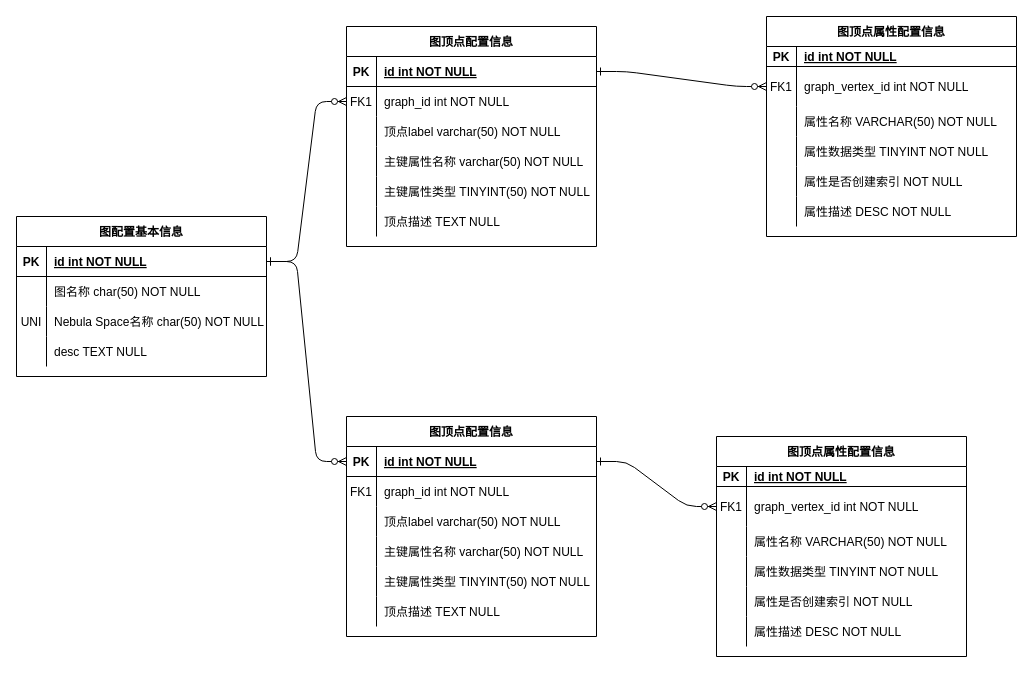
RaulGuo/MyCrawler keeps this draw.io diagram as Untitled Diagram.drawio. Above is the earlier version. Source tidied: cells renumbered, new cells numbered last; positions are measured from the earlier drawing's top-left corner, leaving out a move shared by most shapes. Both pictures are drawn from the tidied source at 100%, with x=0, y=0 at pixel (16, 16).
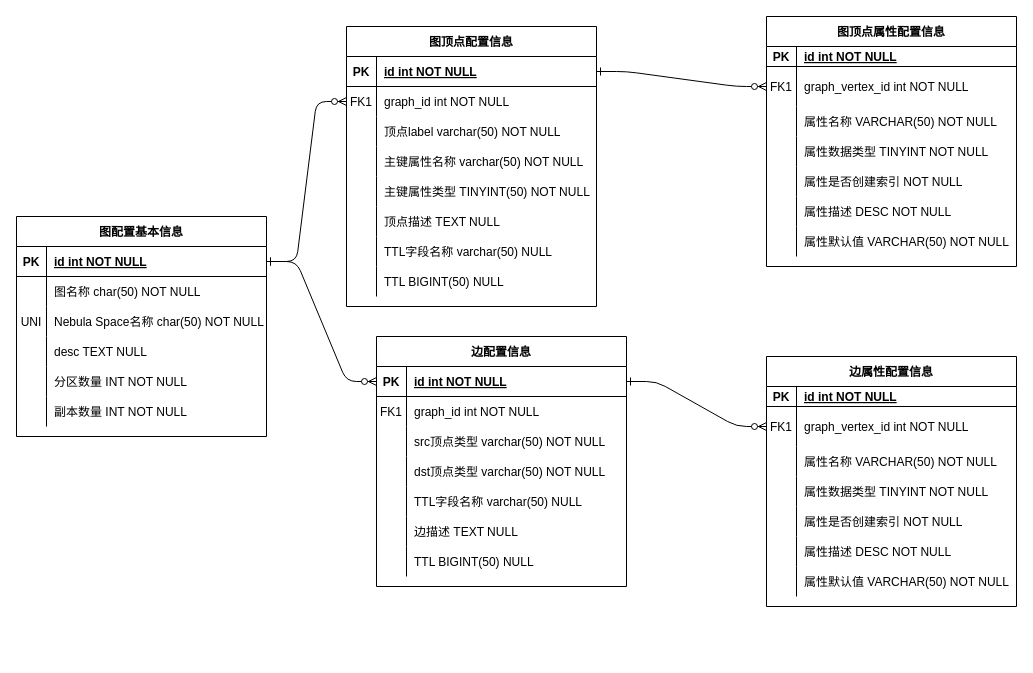
The same page after the edit.

The change refers to these unchanged cells:
```xml
<mxCell id="63" style="shape=partialRectangle;fillColor=none;top=0;left=0;right=0;bottom=0;" parent="56" vertex="1">
  <mxGeometry y="90" width="250" height="30" as="geometry" />
</mxCell>
<mxCell id="66" style="shape=partialRectangle;fillColor=none;top=0;left=0;right=0;bottom=0;" parent="56" vertex="1">
  <mxGeometry y="120" width="250" height="30" as="geometry" />
</mxCell>
<mxCell id="69" style="shape=partialRectangle;fillColor=none;top=0;left=0;right=0;bottom=0;" parent="56" vertex="1">
  <mxGeometry y="150" width="250" height="30" as="geometry" />
</mxCell>
<mxCell id="72" style="shape=partialRectangle;fillColor=none;top=0;left=0;right=0;bottom=0;" parent="56" vertex="1">
  <mxGeometry y="180" width="250" height="30" as="geometry" />
</mxCell>
```

The edit, as a diff of the source:
```diff
@@
     <mxCell id="4" value="图顶点配置信息" style="shape=table;startSize=30;childLayout=tableLayout;rowLines=0;fontStyle=1;align=center;" parent="1" vertex="1">
-      <mxGeometry x="330" y="10" width="250" height="220" as="geometry" />
+      <mxGeometry x="330" y="10" width="250" height="280" as="geometry" />
     </mxCell>
@@
+    <mxCell id="95" style="shape=partialRectangle;fillColor=none;top=0;left=0;right=0;bottom=0;" parent="4" vertex="1">
+      <mxGeometry y="210" width="250" height="30" as="geometry" />
+    </mxCell>
+    <mxCell id="96" style="shape=partialRectangle;overflow=hidden;fillColor=none;top=0;left=0;bottom=0;right=0;" parent="95" vertex="1">
+      <mxGeometry width="30" height="30" as="geometry" />
+    </mxCell>
+    <mxCell id="97" value="TTL字段名称 varchar(50) NULL" style="shape=partialRectangle;overflow=hidden;fillColor=none;top=0;left=0;bottom=0;right=0;align=left;spacingLeft=6;" parent="95" vertex="1">
+      <mxGeometry x="30" width="220" height="30" as="geometry" />
+    </mxCell>
+    <mxCell id="98" style="shape=partialRectangle;fillColor=none;top=0;left=0;right=0;bottom=0;" parent="4" vertex="1">
+      <mxGeometry y="240" width="250" height="30" as="geometry" />
+    </mxCell>
+    <mxCell id="99" style="shape=partialRectangle;overflow=hidden;fillColor=none;top=0;left=0;bottom=0;right=0;" parent="98" vertex="1">
+      <mxGeometry width="30" height="30" as="geometry" />
+    </mxCell>
+    <mxCell id="100" value="TTL BIGINT(50) NULL" style="shape=partialRectangle;overflow=hidden;fillColor=none;top=0;left=0;bottom=0;right=0;align=left;spacingLeft=6;" parent="98" vertex="1">
+      <mxGeometry x="30" width="220" height="30" as="geometry" />
+    </mxCell>
     <mxCell id="23" value="图顶点属性配置信息" style="shape=table;startSize=30;childLayout=tableLayout;rowLines=0;fontStyle=1;align=center;" parent="1" vertex="1">
-      <mxGeometry x="750" width="250" height="220" as="geometry" />
+      <mxGeometry x="750" width="250" height="250" as="geometry" />
     </mxCell>
@@
+    <mxCell id="101" style="shape=partialRectangle;fillColor=none;top=0;left=0;right=0;bottom=0;" parent="23" vertex="1">
+      <mxGeometry y="210" width="250" height="30" as="geometry" />
+    </mxCell>
+    <mxCell id="102" style="shape=partialRectangle;overflow=hidden;fillColor=none;top=0;left=0;bottom=0;right=0;" parent="101" vertex="1">
+      <mxGeometry width="30" height="30" as="geometry" />
+    </mxCell>
+    <mxCell id="103" value="属性默认值 VARCHAR(50) NOT NULL" style="shape=partialRectangle;overflow=hidden;fillColor=none;top=0;left=0;bottom=0;right=0;align=left;spacingLeft=6;" parent="101" vertex="1">
+      <mxGeometry x="30" width="220" height="30" as="geometry" />
+    </mxCell>
     <mxCell id="42" value="图配置基本信息" style="shape=table;startSize=30;childLayout=tableLayout;rowLines=0;fontStyle=1;align=center;" parent="1" vertex="1">
-      <mxGeometry y="200" width="250" height="160" as="geometry" />
+      <mxGeometry y="200" width="250" height="220" as="geometry" />
     </mxCell>
@@
+    <mxCell id="104" style="shape=partialRectangle;fillColor=none;top=0;left=0;right=0;bottom=0;" parent="42" vertex="1">
+      <mxGeometry y="150" width="250" height="30" as="geometry" />
+    </mxCell>
+    <mxCell id="105" style="shape=partialRectangle;overflow=hidden;fillColor=none;top=0;left=0;bottom=0;right=0;" parent="104" vertex="1">
+      <mxGeometry width="30" height="30" as="geometry" />
+    </mxCell>
+    <mxCell id="106" value="分区数量 INT NOT NULL" style="shape=partialRectangle;overflow=hidden;fillColor=none;top=0;left=0;bottom=0;right=0;align=left;spacingLeft=6;" parent="104" vertex="1">
+      <mxGeometry x="30" width="220" height="30" as="geometry" />
+    </mxCell>
+    <mxCell id="107" style="shape=partialRectangle;fillColor=none;top=0;left=0;right=0;bottom=0;" parent="42" vertex="1">
+      <mxGeometry y="180" width="250" height="30" as="geometry" />
+    </mxCell>
+    <mxCell id="108" style="shape=partialRectangle;overflow=hidden;fillColor=none;top=0;left=0;bottom=0;right=0;" parent="107" vertex="1">
+      <mxGeometry width="30" height="30" as="geometry" />
+    </mxCell>
+    <mxCell id="109" value="副本数量 INT NOT NULL" style="shape=partialRectangle;overflow=hidden;fillColor=none;top=0;left=0;bottom=0;right=0;align=left;spacingLeft=6;" parent="107" vertex="1">
+      <mxGeometry x="30" width="220" height="30" as="geometry" />
+    </mxCell>
@@
-    <mxCell id="56" value="图顶点配置信息" style="shape=table;startSize=30;childLayout=tableLayout;rowLines=0;fontStyle=1;align=center;" parent="1" vertex="1">
-      <mxGeometry x="330" y="400" width="250" height="220" as="geometry" />
+    <mxCell id="56" value="边配置信息" style="shape=table;startSize=30;childLayout=tableLayout;rowLines=0;fontStyle=1;align=center;" parent="1" vertex="1">
+      <mxGeometry x="360" y="320" width="250" height="250" as="geometry" />
     </mxCell>
@@
-    <mxCell id="65" value="顶点label varchar(50) NOT NULL" style="shape=partialRectangle;overflow=hidden;fillColor=none;top=0;left=0;bottom=0;right=0;align=left;spacingLeft=6;" parent="63" vertex="1">
+    <mxCell id="65" value="src顶点类型 varchar(50) NOT NULL" style="shape=partialRectangle;overflow=hidden;fillColor=none;top=0;left=0;bottom=0;right=0;align=left;spacingLeft=6;" parent="63" vertex="1">
       <mxGeometry x="30" width="220" height="30" as="geometry" />
     </mxCell>
@@
-    <mxCell id="68" value="主键属性名称 varchar(50) NOT NULL" style="shape=partialRectangle;overflow=hidden;fillColor=none;top=0;left=0;bottom=0;right=0;align=left;spacingLeft=6;" parent="66" vertex="1">
+    <mxCell id="68" value="dst顶点类型 varchar(50) NOT NULL" style="shape=partialRectangle;overflow=hidden;fillColor=none;top=0;left=0;bottom=0;right=0;align=left;spacingLeft=6;" parent="66" vertex="1">
       <mxGeometry x="30" width="220" height="30" as="geometry" />
     </mxCell>
@@
-    <mxCell id="71" value="主键属性类型 TINYINT(50) NOT NULL" style="shape=partialRectangle;overflow=hidden;fillColor=none;top=0;left=0;bottom=0;right=0;align=left;spacingLeft=6;" parent="69" vertex="1">
+    <mxCell id="71" value="TTL字段名称 varchar(50) NULL" style="shape=partialRectangle;overflow=hidden;fillColor=none;top=0;left=0;bottom=0;right=0;align=left;spacingLeft=6;" parent="69" vertex="1">
       <mxGeometry x="30" width="220" height="30" as="geometry" />
     </mxCell>
@@
-    <mxCell id="74" value="顶点描述 TEXT NULL" style="shape=partialRectangle;overflow=hidden;fillColor=none;top=0;left=0;bottom=0;right=0;align=left;spacingLeft=6;" parent="72" vertex="1">
+    <mxCell id="74" value="边描述 TEXT NULL" style="shape=partialRectangle;overflow=hidden;fillColor=none;top=0;left=0;bottom=0;right=0;align=left;spacingLeft=6;" parent="72" vertex="1">
       <mxGeometry x="30" width="220" height="30" as="geometry" />
     </mxCell>
+    <mxCell id="110" style="shape=partialRectangle;fillColor=none;top=0;left=0;right=0;bottom=0;" parent="56" vertex="1">
+      <mxGeometry y="210" width="250" height="30" as="geometry" />
+    </mxCell>
+    <mxCell id="111" style="shape=partialRectangle;overflow=hidden;fillColor=none;top=0;left=0;bottom=0;right=0;" parent="110" vertex="1">
+      <mxGeometry width="30" height="30" as="geometry" />
+    </mxCell>
+    <mxCell id="112" value="TTL BIGINT(50) NULL" style="shape=partialRectangle;overflow=hidden;fillColor=none;top=0;left=0;bottom=0;right=0;align=left;spacingLeft=6;" parent="110" vertex="1">
+      <mxGeometry x="30" width="220" height="30" as="geometry" />
+    </mxCell>
-    <mxCell id="75" value="图顶点属性配置信息" style="shape=table;startSize=30;childLayout=tableLayout;rowLines=0;fontStyle=1;align=center;" parent="1" vertex="1">
-      <mxGeometry x="700" y="420" width="250" height="220" as="geometry" />
+    <mxCell id="75" value="边属性配置信息" style="shape=table;startSize=30;childLayout=tableLayout;rowLines=0;fontStyle=1;align=center;" parent="1" vertex="1">
+      <mxGeometry x="750" y="340" width="250" height="250" as="geometry" />
     </mxCell>
@@
+    <mxCell id="113" style="shape=partialRectangle;fillColor=none;top=0;left=0;right=0;bottom=0;" parent="75" vertex="1">
+      <mxGeometry y="210" width="250" height="30" as="geometry" />
+    </mxCell>
+    <mxCell id="114" style="shape=partialRectangle;overflow=hidden;fillColor=none;top=0;left=0;bottom=0;right=0;" parent="113" vertex="1">
+      <mxGeometry width="30" height="30" as="geometry" />
+    </mxCell>
+    <mxCell id="115" value="属性默认值 VARCHAR(50) NOT NULL" style="shape=partialRectangle;overflow=hidden;fillColor=none;top=0;left=0;bottom=0;right=0;align=left;spacingLeft=6;" parent="113" vertex="1">
+      <mxGeometry x="30" width="220" height="30" as="geometry" />
+    </mxCell>
```
